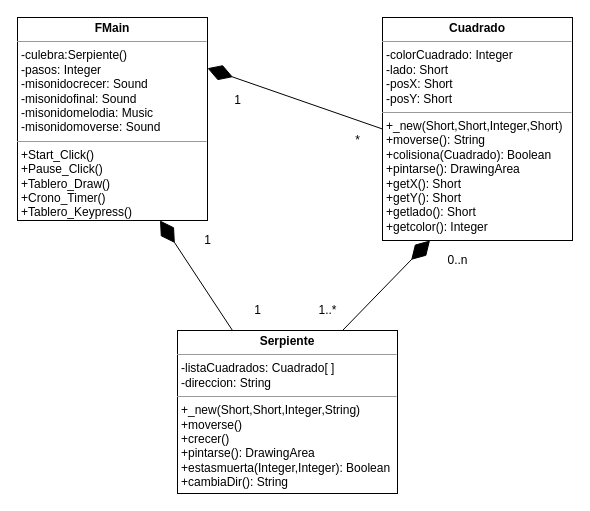
Earlier version of the draw.io diagram Diagramas/Diagrama Clases Snake.drawio (FranBuenoBerlanga/SpaceInvadersSCRUM). Source tidied: cells renumbered, new cells numbered last; positions are measured from the earlier drawing's top-left corner, leaving out a move shared by most shapes. Both pictures are drawn from the tidied source at 100%, with x=0, y=0 at pixel (17, 17).
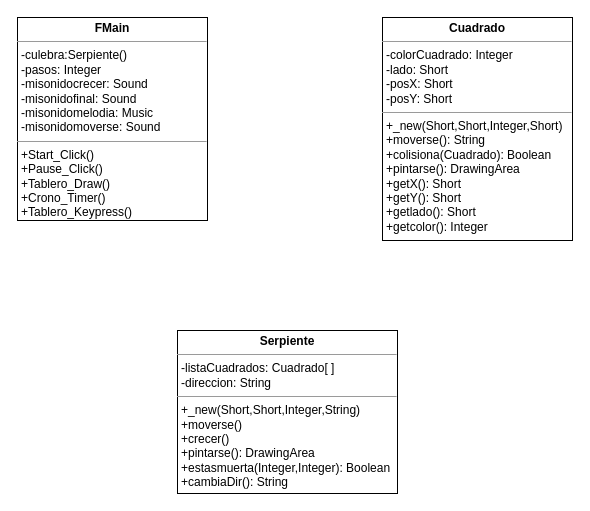
The same page after the edit.

Commit message (it also covers changes not shown here):
Diagramas de clases y Objetos editados

Change to the diagram source:
```diff
@@
 <mxGraphModel>
   <root>
     <mxCell id="0" />
     <mxCell id="1" parent="0" />
     <mxCell id="2" value="&lt;p style=&quot;margin:0px;margin-top:4px;text-align:center;&quot;&gt;&lt;b&gt;Serpiente&lt;/b&gt;&lt;/p&gt;&lt;hr size=&quot;1&quot;&gt;&lt;p style=&quot;margin:0px;margin-left:4px;&quot;&gt;-listaCuadrados: Cuadrado[ ]&lt;br&gt;-direccion: String&lt;/p&gt;&lt;hr size=&quot;1&quot;&gt;&lt;p style=&quot;margin:0px;margin-left:4px;&quot;&gt;+_new(Short,Short,Integer,String)&lt;br&gt;+moverse()&lt;/p&gt;&lt;p style=&quot;margin:0px;margin-left:4px;&quot;&gt;+crecer()&lt;/p&gt;&lt;p style=&quot;margin:0px;margin-left:4px;&quot;&gt;+pintarse(): DrawingArea&lt;/p&gt;&lt;p style=&quot;margin:0px;margin-left:4px;&quot;&gt;+estasmuerta(Integer,Integer): Boolean&lt;/p&gt;&lt;p style=&quot;margin:0px;margin-left:4px;&quot;&gt;+cambiaDir(): String&lt;/p&gt;" style="verticalAlign=top;align=left;overflow=fill;fontSize=12;fontFamily=Helvetica;html=1;rounded=0;shadow=0;comic=0;labelBackgroundColor=none;strokeWidth=1;" parent="1" vertex="1">
       <mxGeometry x="160" y="313" width="220" height="163" as="geometry" />
     </mxCell>
     <mxCell id="3" value="&lt;p style=&quot;margin:0px;margin-top:4px;text-align:center;&quot;&gt;&lt;b&gt;FMain&lt;/b&gt;&lt;/p&gt;&lt;hr size=&quot;1&quot;&gt;&lt;p style=&quot;margin:0px;margin-left:4px;&quot;&gt;-culebra:Serpiente()&lt;/p&gt;&lt;p style=&quot;margin:0px;margin-left:4px;&quot;&gt;-pasos: Integer&lt;/p&gt;&lt;p style=&quot;margin:0px;margin-left:4px;&quot;&gt;-misonidocrecer: Sound&lt;/p&gt;&lt;p style=&quot;margin:0px;margin-left:4px;&quot;&gt;-misonidofinal: Sound&lt;br&gt;&lt;/p&gt;&lt;p style=&quot;margin:0px;margin-left:4px;&quot;&gt;-misonidomelodia: Music&lt;br&gt;&lt;/p&gt;&lt;p style=&quot;margin:0px;margin-left:4px;&quot;&gt;-misonidomoverse: Sound&lt;br&gt;&lt;/p&gt;&lt;hr size=&quot;1&quot;&gt;&lt;p style=&quot;margin:0px;margin-left:4px;&quot;&gt;+Start_Click()&lt;br&gt;+Pause_Click()&lt;/p&gt;&lt;p style=&quot;margin:0px;margin-left:4px;&quot;&gt;+Tablero_Draw()&lt;/p&gt;&lt;p style=&quot;margin:0px;margin-left:4px;&quot;&gt;+Crono_Timer()&lt;/p&gt;&lt;p style=&quot;margin:0px;margin-left:4px;&quot;&gt;+Tablero_Keypress()&lt;/p&gt;" style="verticalAlign=top;align=left;overflow=fill;fontSize=12;fontFamily=Helvetica;html=1;rounded=0;shadow=0;comic=0;labelBackgroundColor=none;strokeWidth=1;" parent="1" vertex="1">
       <mxGeometry width="190" height="203" as="geometry" />
     </mxCell>
     <mxCell id="4" value="&lt;p style=&quot;margin:0px;margin-top:4px;text-align:center;&quot;&gt;&lt;b&gt;Cuadrado&lt;/b&gt;&lt;/p&gt;&lt;hr size=&quot;1&quot;&gt;&lt;p style=&quot;margin:0px;margin-left:4px;&quot;&gt;-colorCuadrado: Integer&lt;br&gt;-lado: Short&lt;/p&gt;&lt;p style=&quot;margin:0px;margin-left:4px;&quot;&gt;-posX: Short&lt;/p&gt;&lt;p style=&quot;margin:0px;margin-left:4px;&quot;&gt;-posY: Short&lt;/p&gt;&lt;hr size=&quot;1&quot;&gt;&lt;p style=&quot;margin:0px;margin-left:4px;&quot;&gt;+_new(Short,Short,Integer,Short)&lt;br&gt;+moverse(): String&lt;/p&gt;&lt;p style=&quot;margin:0px;margin-left:4px;&quot;&gt;+colisiona(Cuadrado): Boolean&lt;/p&gt;&lt;p style=&quot;margin:0px;margin-left:4px;&quot;&gt;+pintarse(): DrawingArea&lt;/p&gt;&lt;p style=&quot;margin:0px;margin-left:4px;&quot;&gt;+getX(): Short&lt;/p&gt;&lt;p style=&quot;margin:0px;margin-left:4px;&quot;&gt;+getY(): Short&lt;/p&gt;&lt;p style=&quot;margin:0px;margin-left:4px;&quot;&gt;+getlado(): Short&lt;/p&gt;&lt;p style=&quot;margin:0px;margin-left:4px;&quot;&gt;+getcolor(): Integer&lt;/p&gt;" style="verticalAlign=top;align=left;overflow=fill;fontSize=12;fontFamily=Helvetica;html=1;rounded=0;shadow=0;comic=0;labelBackgroundColor=none;strokeWidth=1;" parent="1" vertex="1">
       <mxGeometry x="365" width="190" height="223" as="geometry" />
     </mxCell>
-    <mxCell id="5" style="endArrow=diamondThin;endFill=1;endSize=24;html=1;rounded=0;exitX=0.75;exitY=0;exitDx=0;exitDy=0;entryX=0.25;entryY=1;entryDx=0;entryDy=0;" parent="1" edge="1" source="2" target="4">
-      <mxGeometry relative="1" as="geometry" />
-    </mxCell>
-    <mxCell id="6" style="endArrow=diamondThin;endFill=1;endSize=24;html=1;rounded=0;exitX=0.25;exitY=0;exitDx=0;exitDy=0;entryX=0.75;entryY=1;entryDx=0;entryDy=0;" parent="1" edge="1" source="2" target="3">
-      <mxGeometry relative="1" as="geometry" />
-    </mxCell>
-    <mxCell id="7" style="endArrow=diamondThin;endFill=1;endSize=24;html=1;rounded=0;exitX=0;exitY=0.5;exitDx=0;exitDy=0;entryX=1;entryY=0.25;entryDx=0;entryDy=0;" parent="1" edge="1" source="4" target="3">
-      <mxGeometry relative="1" as="geometry" />
-    </mxCell>
-    <mxCell id="8" value="1" style="text;html=1;align=center;verticalAlign=middle;fillColor=none;strokeColor=none;rounded=0;" parent="1" vertex="1">
-      <mxGeometry x="175" y="208" width="30" height="30" as="geometry" />
-    </mxCell>
-    <mxCell id="9" value="1" style="text;html=1;align=center;verticalAlign=middle;fillColor=none;strokeColor=none;rounded=0;" parent="1" vertex="1">
-      <mxGeometry x="225" y="278" width="30" height="30" as="geometry" />
-    </mxCell>
-    <mxCell id="10" value="1..*" style="text;html=1;align=center;verticalAlign=middle;fillColor=none;strokeColor=none;rounded=0;" parent="1" vertex="1">
-      <mxGeometry x="290" y="278" width="40" height="30" as="geometry" />
-    </mxCell>
-    <mxCell id="11" value="0..n" style="text;html=1;align=center;verticalAlign=middle;fillColor=none;strokeColor=none;rounded=0;" parent="1" vertex="1">
-      <mxGeometry x="420" y="228" width="40" height="30" as="geometry" />
-    </mxCell>
-    <mxCell id="12" value="1" style="text;html=1;align=center;verticalAlign=middle;fillColor=none;strokeColor=none;rounded=0;" parent="1" vertex="1">
-      <mxGeometry x="205" y="68" width="30" height="30" as="geometry" />
-    </mxCell>
-    <mxCell id="13" value="*" style="text;html=1;align=center;verticalAlign=middle;fillColor=none;strokeColor=none;rounded=0;" parent="1" vertex="1">
-      <mxGeometry x="325" y="108" width="30" height="30" as="geometry" />
-    </mxCell>
   </root>
 </mxGraphModel>
```
